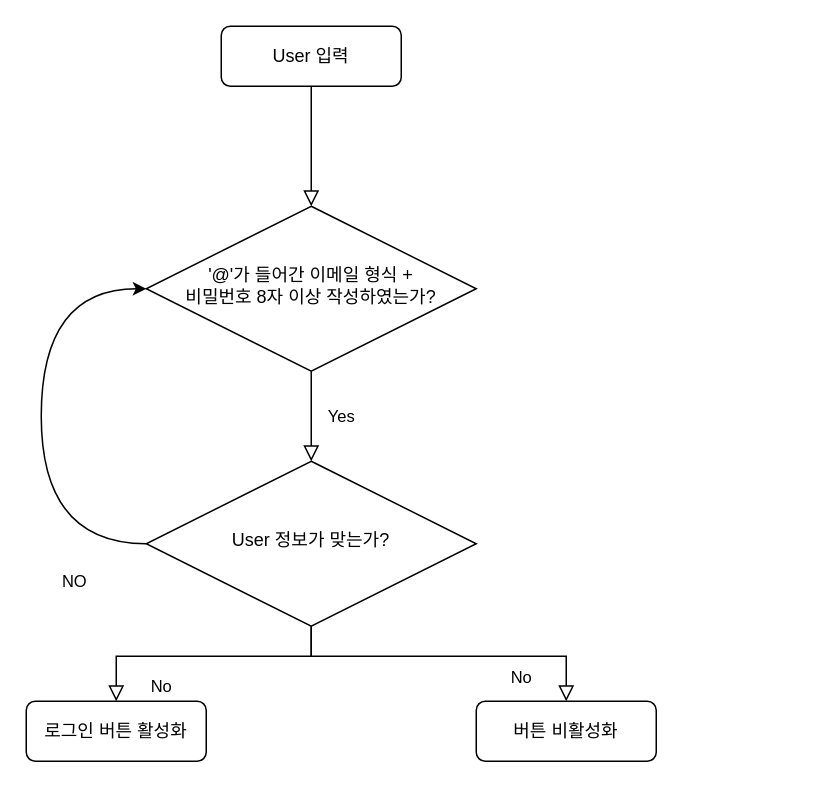
Earlier version of the draw.io diagram Untitled Diagram.drawio (qudans1237/test1). Source tidied: cells renumbered, new cells numbered last; positions are measured from the earlier drawing's top-left corner, leaving out a move shared by most shapes. Both pictures are drawn from the tidied source at 150%, with x=0, y=0 at pixel (26, 26).
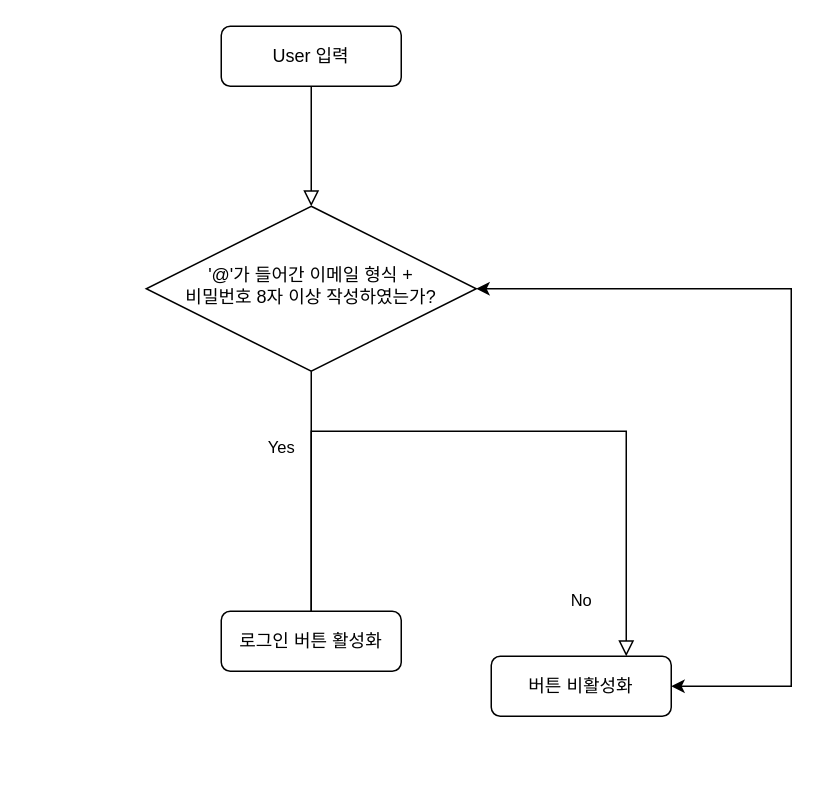
The same diagram, later.

What changed in the source:
```diff
@@
 <mxGraphModel>
   <root>
     <mxCell id="0" />
     <mxCell id="1" parent="0" />
     <mxCell id="2" style="rounded=0;html=1;jettySize=auto;fontSize=11;endArrow=block;endFill=0;endSize=8;strokeWidth=1;shadow=0;labelBackgroundColor=none;edgeStyle=orthogonalEdgeStyle;" parent="1" edge="1" source="3" target="6">
       <mxGeometry relative="1" as="geometry" />
     </mxCell>
     <mxCell id="3" value="User 입력" style="rounded=1;whiteSpace=wrap;html=1;fontSize=12;glass=0;strokeWidth=1;shadow=0;" parent="1" vertex="1">
       <mxGeometry x="130" width="120" height="40" as="geometry" />
     </mxCell>
-    <mxCell id="4" value="Yes" style="rounded=0;html=1;jettySize=auto;fontSize=11;endArrow=block;endFill=0;endSize=8;strokeWidth=1;shadow=0;labelBackgroundColor=none;edgeStyle=orthogonalEdgeStyle;" parent="1" edge="1" source="6" target="9">
-      <mxGeometry y="20" relative="1" as="geometry" />
+    <mxCell id="4" value="Yes" style="rounded=0;html=1;jettySize=auto;fontSize=11;endArrow=block;endFill=0;endSize=8;strokeWidth=1;shadow=0;labelBackgroundColor=none;edgeStyle=orthogonalEdgeStyle;" parent="1" edge="1" source="6">
+      <mxGeometry x="-0.44" y="-20" relative="1" as="geometry">
+        <mxPoint x="190" y="410" as="targetPoint" />
+      </mxGeometry>
     </mxCell>
     <mxCell id="5" value="No" style="edgeStyle=orthogonalEdgeStyle;rounded=0;html=1;jettySize=auto;fontSize=11;endArrow=block;endFill=0;endSize=8;strokeWidth=1;shadow=0;labelBackgroundColor=none;" parent="1" edge="1" target="7">
       <mxGeometry x="0.85" y="-30" relative="1" as="geometry">
         <mxPoint x="190" y="400" as="sourcePoint" />
         <Array as="points">
-          <mxPoint x="190" y="420" />
-          <mxPoint x="360" y="420" />
+          <mxPoint x="190" y="270" />
+          <mxPoint x="400" y="270" />
         </Array>
       </mxGeometry>
     </mxCell>
     <mxCell id="6" value="'@'가 들어간 이메일 형식 +&lt;br&gt;비밀번호 8자 이상 작성하였는가?" style="rhombus;whiteSpace=wrap;html=1;shadow=0;fontFamily=Helvetica;fontSize=12;align=center;strokeWidth=1;spacing=6;spacingTop=-4;" parent="1" vertex="1">
       <mxGeometry x="80" y="120" width="220" height="110" as="geometry" />
     </mxCell>
     <mxCell id="7" value="버튼 비활성화" style="rounded=1;whiteSpace=wrap;html=1;fontSize=12;glass=0;strokeWidth=1;shadow=0;" parent="1" vertex="1">
-      <mxGeometry x="300" y="450" width="120" height="40" as="geometry" />
+      <mxGeometry x="310" y="420" width="120" height="40" as="geometry" />
     </mxCell>
-    <mxCell id="8" value="No" style="rounded=0;html=1;jettySize=auto;fontSize=11;endArrow=block;endFill=0;endSize=8;strokeWidth=1;shadow=0;labelBackgroundColor=none;edgeStyle=orthogonalEdgeStyle;" parent="1" edge="1" source="9" target="10">
-      <mxGeometry x="0.33" y="20" relative="1" as="geometry">
-        <Array as="points">
-          <mxPoint x="190" y="420" />
-          <mxPoint x="60" y="420" />
-        </Array>
-      </mxGeometry>
-    </mxCell>
-    <mxCell id="9" value="User 정보가 맞는가?" style="rhombus;whiteSpace=wrap;html=1;shadow=0;fontFamily=Helvetica;fontSize=12;align=center;strokeWidth=1;spacing=6;spacingTop=-4;" parent="1" vertex="1">
-      <mxGeometry x="80" y="290" width="220" height="110" as="geometry" />
-    </mxCell>
     <mxCell id="10" value="로그인 버튼 활성화" style="rounded=1;whiteSpace=wrap;html=1;fontSize=12;glass=0;strokeWidth=1;shadow=0;" parent="1" vertex="1">
-      <mxGeometry y="450" width="120" height="40" as="geometry" />
+      <mxGeometry x="130" y="390" width="120" height="40" as="geometry" />
     </mxCell>
-    <mxCell id="11" value="NO" style="curved=1;endArrow=classic;html=1;rounded=0;edgeStyle=orthogonalEdgeStyle;exitX=0;exitY=0.5;exitDx=0;exitDy=0;entryX=0;entryY=0.5;entryDx=0;entryDy=0;" parent="1" edge="1" source="9" target="6">
-      <mxGeometry x="-0.69" y="25" relative="1" as="geometry">
-        <Array as="points">
-          <mxPoint x="10" y="345" />
-          <mxPoint x="10" y="175" />
-        </Array>
-      </mxGeometry>
-    </mxCell>
+    <mxCell id="12" style="endArrow=classic;startArrow=classic;html=1;rounded=0;edgeStyle=orthogonalEdgeStyle;entryX=1;entryY=0.5;entryDx=0;entryDy=0;" parent="1" edge="1" source="7" target="6">
+      <mxGeometry relative="1" as="geometry">
+        <Array as="points">
+          <mxPoint x="510" y="440" />
+          <mxPoint x="510" y="175" />
+        </Array>
+      </mxGeometry>
+    </mxCell>
   </root>
 </mxGraphModel>
```
